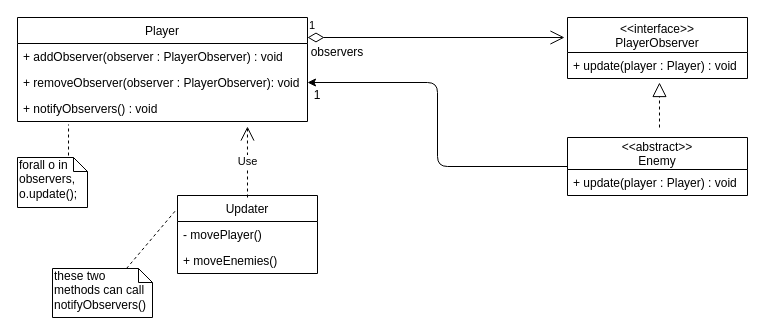
Above: docs/diagrams/UML_Observer_1/UML_Observer_1.drawio in DiogoF17/LPOO_18-19 (draw.io), before the change. Source tidied: cells renumbered, new cells numbered last; positions are measured from the earlier drawing's top-left corner, leaving out a move shared by most shapes. Both pictures are drawn from the tidied source at 100%, with x=0, y=0 at pixel (17, 17).
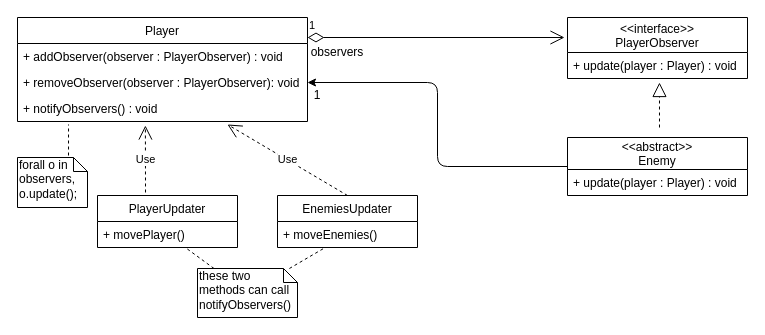
Above is the later version.

The change refers to these unchanged cells:
```xml
<mxCell id="9" value="+ notifyObservers() : void" style="text;strokeColor=none;fillColor=none;align=left;verticalAlign=top;spacingLeft=4;spacingRight=4;overflow=hidden;points=[[0,0.5],[1,0.5]];portConstraint=eastwest;" parent="6" vertex="1">
  <mxGeometry y="78" width="290" height="26" as="geometry" />
</mxCell>
```

What changed in the source:
```diff
@@
-    <mxCell id="17" value="Use" style="endArrow=open;endSize=12;dashed=1;html=1;entryX=0.793;entryY=1.192;entryDx=0;entryDy=0;entryPerimeter=0;" parent="1" edge="1" target="9">
-      <mxGeometry relative="1" as="geometry">
-        <mxPoint x="230" y="180" as="sourcePoint" />
-      </mxGeometry>
+    <mxCell id="17" value="Use" style="endArrow=open;endSize=12;dashed=1;html=1;entryX=0.441;entryY=1.154;entryDx=0;entryDy=0;entryPerimeter=0;exitX=0.343;exitY=-0.058;exitDx=0;exitDy=0;exitPerimeter=0;" parent="1" edge="1" source="19" target="9">
+      <mxGeometry relative="1" as="geometry" />
     </mxCell>
     <mxCell id="18" value="these two methods can call&lt;br&gt;notifyObservers()" style="shape=note;whiteSpace=wrap;html=1;size=14;verticalAlign=top;align=left;spacingTop=-6;" parent="1" vertex="1">
-      <mxGeometry x="35" y="251" width="100" height="49" as="geometry" />
+      <mxGeometry x="180" y="251" width="100" height="49" as="geometry" />
     </mxCell>
-    <mxCell id="19" value="Updater" style="swimlane;fontStyle=0;horizontal=1;startSize=26;fillColor=none;" parent="1" vertex="1">
-      <mxGeometry x="160" y="178" width="140" height="78" as="geometry" />
+    <mxCell id="19" value="&#10;PlayerUpdater&#10;" style="swimlane;fontStyle=0;horizontal=1;startSize=26;fillColor=none;" parent="1" vertex="1">
+      <mxGeometry x="80" y="178" width="140" height="52" as="geometry" />
     </mxCell>
-    <mxCell id="20" value="- movePlayer()" style="text;strokeColor=none;fillColor=none;align=left;verticalAlign=top;spacingLeft=4;spacingRight=4;overflow=hidden;points=[[0,0.5],[1,0.5]];portConstraint=eastwest;" parent="19" vertex="1">
+    <mxCell id="20" value="+ movePlayer()" style="text;strokeColor=none;fillColor=none;align=left;verticalAlign=top;spacingLeft=4;spacingRight=4;overflow=hidden;points=[[0,0.5],[1,0.5]];portConstraint=eastwest;" parent="19" vertex="1">
       <mxGeometry y="26" width="140" height="26" as="geometry" />
     </mxCell>
+    <mxCell id="23" style="endArrow=none;dashed=1;html=1;" parent="1" edge="1" source="18" target="20">
+      <mxGeometry relative="1" as="geometry" />
+    </mxCell>
+    <mxCell id="24" value="EnemiesUpdater" style="swimlane;fontStyle=0;horizontal=1;startSize=26;fillColor=none;" parent="1" vertex="1">
+      <mxGeometry x="260" y="178" width="140" height="52" as="geometry" />
+    </mxCell>
-    <mxCell id="21" value="+ moveEnemies()" style="text;strokeColor=none;fillColor=none;align=left;verticalAlign=top;spacingLeft=4;spacingRight=4;overflow=hidden;points=[[0,0.5],[1,0.5]];portConstraint=eastwest;" parent="19" vertex="1">
-      <mxGeometry y="52" width="140" height="26" as="geometry" />
+    <mxCell id="21" value="+ moveEnemies()" style="text;strokeColor=none;fillColor=none;align=left;verticalAlign=top;spacingLeft=4;spacingRight=4;overflow=hidden;points=[[0,0.5],[1,0.5]];portConstraint=eastwest;" parent="24" vertex="1">
+      <mxGeometry y="26" width="140" height="26" as="geometry" />
     </mxCell>
-    <mxCell id="22" style="endArrow=none;dashed=1;html=1;entryX=-0.007;entryY=0.179;entryDx=0;entryDy=0;entryPerimeter=0;" parent="1" edge="1" target="19">
-      <mxGeometry relative="1" as="geometry">
-        <mxPoint x="109" y="251" as="sourcePoint" />
-      </mxGeometry>
-    </mxCell>
+    <mxCell id="25" value="Use" style="endArrow=open;endSize=12;dashed=1;html=1;entryX=0.724;entryY=1.115;entryDx=0;entryDy=0;entryPerimeter=0;exitX=0.5;exitY=0;exitDx=0;exitDy=0;" parent="1" edge="1" source="24" target="9">
+      <mxGeometry relative="1" as="geometry" />
+    </mxCell>
+    <mxCell id="26" style="endArrow=none;dashed=1;html=1;" parent="1" edge="1" source="18" target="21">
+      <mxGeometry relative="1" as="geometry" />
+    </mxCell>
```
